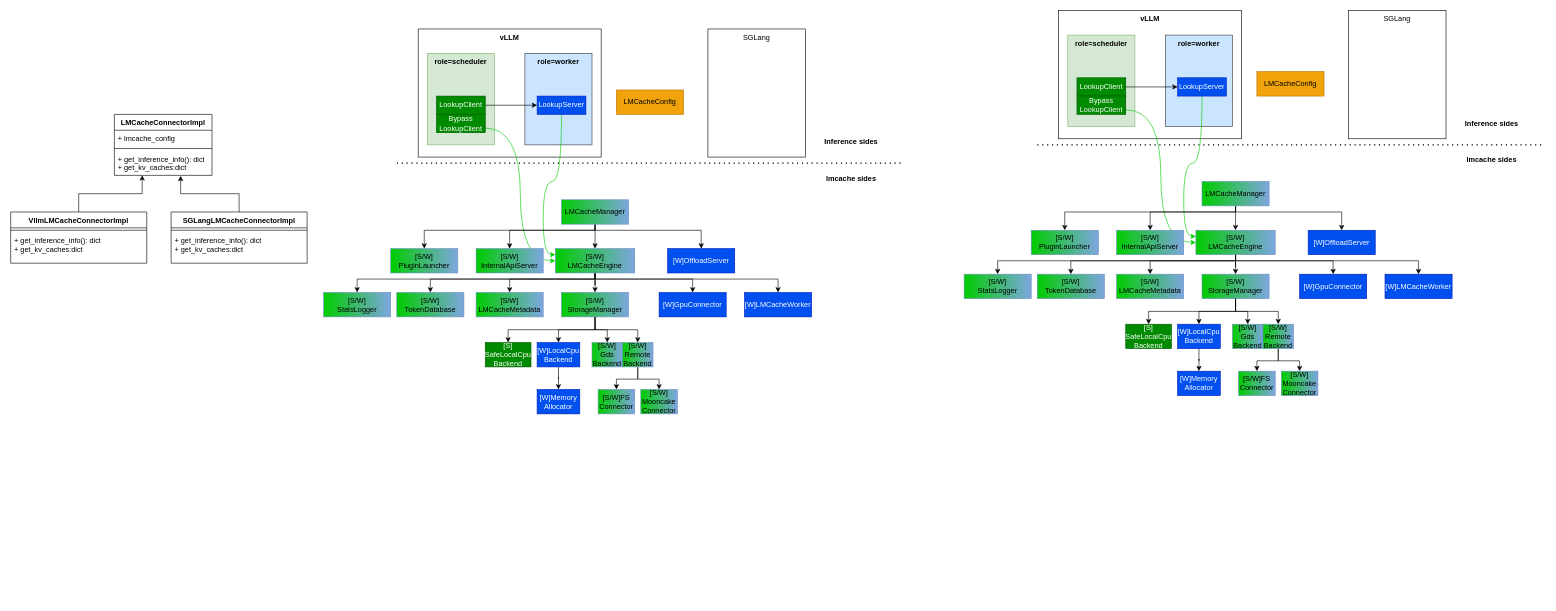
This is lmcache.drawio from maobaolong/draw, a draw.io file, before an edit. Source tidied: cells renumbered, new cells numbered last; positions are measured from the earlier drawing's top-left corner, leaving out a move shared by most shapes. Both pictures are drawn from the tidied source at 61%, with x=0, y=0 at pixel (10, 10).
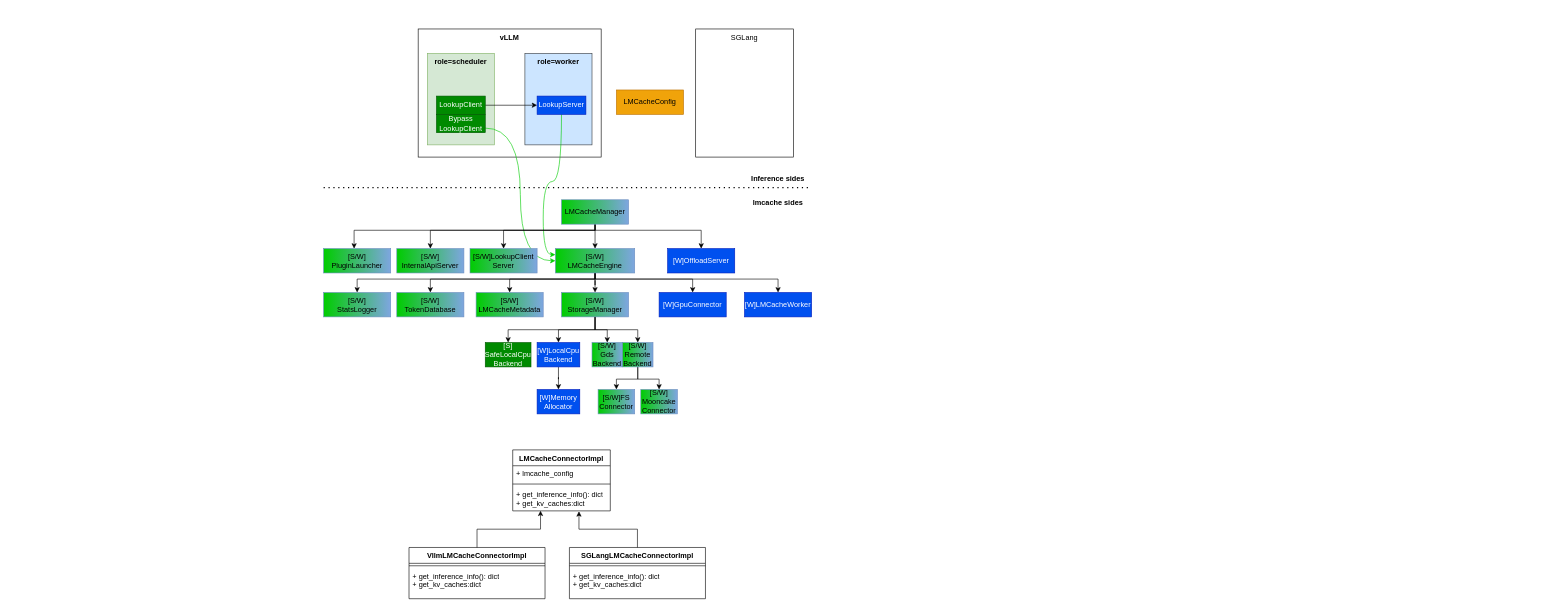
After the change.

Unchanged cells that the change refers to:
```xml
<mxCell id="18" value="LMCacheManager" style="rounded=0;whiteSpace=wrap;html=1;fillColor=#00CC00;gradientColor=#7EA6E0;strokeColor=#6c8ebf;gradientDirection=east;" parent="1" vertex="1">
  <mxGeometry x="903" y="310" width="110" height="40" as="geometry" />
</mxCell>
```

What changed in the source:
```diff
@@
     <mxCell id="5" value="SGLang" style="rounded=0;whiteSpace=wrap;html=1;verticalAlign=top;" parent="1" vertex="1">
-      <mxGeometry x="1143" y="30" width="160" height="210" as="geometry" />
+      <mxGeometry x="1123" y="30" width="160" height="210" as="geometry" />
     </mxCell>
     <mxCell id="6" style="endArrow=none;dashed=1;html=1;dashPattern=1 3;strokeWidth=2;rounded=0;" parent="1" edge="1">
       <mxGeometry relative="1" as="geometry">
-        <mxPoint x="633" y="250" as="sourcePoint" />
-        <mxPoint x="1463" y="250" as="targetPoint" />
+        <mxPoint x="513" y="290" as="sourcePoint" />
+        <mxPoint x="1313" y="290" as="targetPoint" />
       </mxGeometry>
     </mxCell>
     <mxCell id="7" value="Inference sides" style="text;html=1;whiteSpace=wrap;strokeColor=none;fillColor=none;align=center;verticalAlign=middle;rounded=0;fontStyle=1;" parent="1" vertex="1">
-      <mxGeometry x="1333" y="200" width="90" height="30" as="geometry" />
+      <mxGeometry x="1213" y="260" width="90" height="30" as="geometry" />
     </mxCell>
     <mxCell id="8" value="lmcache sides" style="text;html=1;whiteSpace=wrap;strokeColor=none;fillColor=none;align=center;verticalAlign=middle;rounded=0;fontStyle=1;" parent="1" vertex="1">
-      <mxGeometry x="1333" y="260" width="90" height="30" as="geometry" />
+      <mxGeometry x="1213" y="300" width="90" height="30" as="geometry" />
     </mxCell>
@@
     <mxCell id="15" style="edgeStyle=orthogonalEdgeStyle;rounded=0;jettySize=auto;html=1;entryX=0.5;entryY=0;entryDx=0;entryDy=0;" parent="1" edge="1" source="18" target="39">
       <mxGeometry relative="1" as="geometry">
         <Array as="points">
           <mxPoint x="958" y="360" />
-          <mxPoint x="818" y="360" />
+          <mxPoint x="688" y="360" />
         </Array>
       </mxGeometry>
     </mxCell>
     <mxCell id="16" style="edgeStyle=orthogonalEdgeStyle;rounded=0;jettySize=auto;html=1;" parent="1" edge="1" source="18" target="40">
       <mxGeometry relative="1" as="geometry">
         <Array as="points">
           <mxPoint x="958" y="360" />
-          <mxPoint x="678" y="360" />
+          <mxPoint x="563" y="360" />
         </Array>
       </mxGeometry>
     </mxCell>
@@
+    <mxCell id="112" style="edgeStyle=orthogonalEdgeStyle;rounded=0;jettySize=auto;html=1;entryX=0.5;entryY=0;entryDx=0;entryDy=0;" parent="1" edge="1" source="18" target="113">
+      <mxGeometry relative="1" as="geometry">
+        <Array as="points">
+          <mxPoint x="958" y="360" />
+          <mxPoint x="808" y="360" />
+        </Array>
+      </mxGeometry>
+    </mxCell>
@@
     <mxCell id="39" value="&lt;div&gt;[S/W]&lt;/div&gt;InternalApiServer" style="rounded=0;whiteSpace=wrap;html=1;fillColor=#00CC00;gradientColor=#7EA6E0;strokeColor=#6c8ebf;gradientDirection=east;" parent="1" vertex="1">
-      <mxGeometry x="763" y="390" width="110" height="40" as="geometry" />
+      <mxGeometry x="633" y="390" width="110" height="40" as="geometry" />
     </mxCell>
     <mxCell id="40" value="&lt;div&gt;[S/W]&lt;/div&gt;PluginLauncher" style="rounded=0;whiteSpace=wrap;html=1;fillColor=#00CC00;gradientColor=#7EA6E0;strokeColor=#6c8ebf;gradientDirection=east;" parent="1" vertex="1">
-      <mxGeometry x="623" y="390" width="110" height="40" as="geometry" />
+      <mxGeometry x="513" y="390" width="110" height="40" as="geometry" />
     </mxCell>
@@
     <mxCell id="51" value="VllmLMCacheConnectorImpl" style="swimlane;fontStyle=1;align=center;verticalAlign=top;horizontal=1;startSize=26;whiteSpace=wrap;html=1;" parent="1" vertex="1">
-      <mxGeometry y="330" width="223" height="84" as="geometry" />
+      <mxGeometry x="653" y="880" width="223" height="84" as="geometry" />
     </mxCell>
@@
     <mxCell id="54" value="SGLangLMCacheConnectorImpl" style="swimlane;fontStyle=1;align=center;verticalAlign=top;horizontal=1;startSize=26;whiteSpace=wrap;html=1;" parent="1" vertex="1">
-      <mxGeometry x="263" y="330" width="223" height="84" as="geometry" />
+      <mxGeometry x="916" y="880" width="223" height="84" as="geometry" />
     </mxCell>
@@
     <mxCell id="57" value="LMCacheConnectorImpl" style="swimlane;fontStyle=1;align=center;verticalAlign=top;horizontal=1;startSize=26;whiteSpace=wrap;html=1;" parent="1" vertex="1">
-      <mxGeometry x="170" y="170" width="160" height="100" as="geometry" />
+      <mxGeometry x="823" y="720" width="160" height="100" as="geometry" />
     </mxCell>
@@
-    <mxCell id="63" value="vLLM" style="rounded=0;whiteSpace=wrap;html=1;verticalAlign=top;fontStyle=1;" parent="1" vertex="1">
-      <mxGeometry x="1718" width="300" height="210" as="geometry" />
-    </mxCell>
-    <mxCell id="64" value="role=worker" style="rounded=0;whiteSpace=wrap;html=1;verticalAlign=top;fontStyle=1;fillColor=#cce5ff;strokeColor=#36393d;" parent="1" vertex="1">
-      <mxGeometry x="1893" y="40" width="110" height="150" as="geometry" />
-    </mxCell>
-    <mxCell id="65" value="role=scheduler" style="rounded=0;whiteSpace=wrap;html=1;verticalAlign=top;fontStyle=1;fillColor=#d5e8d4;strokeColor=#82b366;" parent="1" vertex="1">
-      <mxGeometry x="1733" y="40" width="110" height="150" as="geometry" />
-    </mxCell>
-    <mxCell id="66" value="SGLang" style="rounded=0;whiteSpace=wrap;html=1;verticalAlign=top;" parent="1" vertex="1">
-      <mxGeometry x="2193" width="160" height="210" as="geometry" />
-    </mxCell>
-    <mxCell id="67" style="endArrow=none;dashed=1;html=1;dashPattern=1 3;strokeWidth=2;rounded=0;" parent="1" edge="1">
-      <mxGeometry relative="1" as="geometry">
-        <mxPoint x="1683" y="220" as="sourcePoint" />
-        <mxPoint x="2513" y="220" as="targetPoint" />
-      </mxGeometry>
-    </mxCell>
-    <mxCell id="68" value="Inference sides" style="text;html=1;whiteSpace=wrap;strokeColor=none;fillColor=none;align=center;verticalAlign=middle;rounded=0;fontStyle=1;" parent="1" vertex="1">
-      <mxGeometry x="2383" y="170" width="90" height="30" as="geometry" />
-    </mxCell>
-    <mxCell id="69" value="lmcache sides" style="text;html=1;whiteSpace=wrap;strokeColor=none;fillColor=none;align=center;verticalAlign=middle;rounded=0;fontStyle=1;" parent="1" vertex="1">
-      <mxGeometry x="2383" y="230" width="90" height="30" as="geometry" />
-    </mxCell>
-    <mxCell id="70" style="edgeStyle=orthogonalEdgeStyle;rounded=0;jettySize=auto;html=1;entryX=0;entryY=0.5;entryDx=0;entryDy=0;" parent="1" edge="1" source="72" target="74">
-      <mxGeometry relative="1" as="geometry" />
-    </mxCell>
-    <mxCell id="71" style="edgeStyle=orthogonalEdgeStyle;rounded=0;jettySize=auto;html=1;entryX=0;entryY=0.5;entryDx=0;entryDy=0;curved=1;exitX=1;exitY=0.75;exitDx=0;exitDy=0;strokeColor=#00CC00;" parent="1" edge="1" source="104" target="86">
-      <mxGeometry relative="1" as="geometry" />
-    </mxCell>
-    <mxCell id="72" value="LookupClient" style="rounded=0;whiteSpace=wrap;html=1;fillColor=#008a00;fontColor=#ffffff;strokeColor=#005700;" parent="1" vertex="1">
-      <mxGeometry x="1748" y="110" width="80" height="30" as="geometry" />
-    </mxCell>
-    <mxCell id="73" style="edgeStyle=orthogonalEdgeStyle;rounded=0;jettySize=auto;html=1;entryX=0;entryY=0.25;entryDx=0;entryDy=0;curved=1;strokeColor=#00CC00;" parent="1" edge="1" source="74" target="86">
-      <mxGeometry relative="1" as="geometry" />
-    </mxCell>
-    <mxCell id="74" value="LookupServer" style="rounded=0;whiteSpace=wrap;html=1;fillColor=#0050ef;fontColor=#ffffff;strokeColor=#001DBC;" parent="1" vertex="1">
-      <mxGeometry x="1913" y="110" width="80" height="30" as="geometry" />
-    </mxCell>
-    <mxCell id="75" style="edgeStyle=orthogonalEdgeStyle;rounded=0;jettySize=auto;html=1;entryX=0.5;entryY=0;entryDx=0;entryDy=0;" parent="1" edge="1" source="79" target="86">
-      <mxGeometry relative="1" as="geometry" />
-    </mxCell>
-    <mxCell id="76" style="edgeStyle=orthogonalEdgeStyle;rounded=0;jettySize=auto;html=1;entryX=0.5;entryY=0;entryDx=0;entryDy=0;" parent="1" edge="1" source="79" target="100">
-      <mxGeometry relative="1" as="geometry">
-        <Array as="points">
-          <mxPoint x="2008" y="330" />
-          <mxPoint x="1868" y="330" />
-        </Array>
-      </mxGeometry>
-    </mxCell>
-    <mxCell id="77" style="edgeStyle=orthogonalEdgeStyle;rounded=0;jettySize=auto;html=1;" parent="1" edge="1" source="79" target="101">
-      <mxGeometry relative="1" as="geometry">
-        <Array as="points">
-          <mxPoint x="2008" y="330" />
-          <mxPoint x="1728" y="330" />
-        </Array>
-      </mxGeometry>
-    </mxCell>
-    <mxCell id="78" style="edgeStyle=orthogonalEdgeStyle;rounded=0;jettySize=auto;html=1;entryX=0.5;entryY=0;entryDx=0;entryDy=0;" parent="1" edge="1" source="79" target="105">
-      <mxGeometry relative="1" as="geometry">
-        <Array as="points">
-          <mxPoint x="2008" y="330" />
-          <mxPoint x="2182" y="330" />
-        </Array>
-      </mxGeometry>
-    </mxCell>
-    <mxCell id="79" value="LMCacheManager" style="rounded=0;whiteSpace=wrap;html=1;fillColor=#00CC00;gradientColor=#7EA6E0;strokeColor=#6c8ebf;gradientDirection=east;" parent="1" vertex="1">
-      <mxGeometry x="1953" y="280" width="110" height="40" as="geometry" />
-    </mxCell>
-    <mxCell id="80" style="edgeStyle=orthogonalEdgeStyle;rounded=0;jettySize=auto;html=1;entryX=0.5;entryY=0;entryDx=0;entryDy=0;" parent="1" edge="1" source="86" target="91">
-      <mxGeometry relative="1" as="geometry" />
-    </mxCell>
-    <mxCell id="81" style="edgeStyle=orthogonalEdgeStyle;rounded=0;jettySize=auto;html=1;entryX=0.5;entryY=0;entryDx=0;entryDy=0;" parent="1" edge="1" source="86" target="87">
-      <mxGeometry relative="1" as="geometry">
-        <Array as="points">
-          <mxPoint x="2008" y="410" />
-          <mxPoint x="2168" y="410" />
-        </Array>
-      </mxGeometry>
-    </mxCell>
-    <mxCell id="82" style="edgeStyle=orthogonalEdgeStyle;rounded=0;jettySize=auto;html=1;entryX=0.5;entryY=0;entryDx=0;entryDy=0;" parent="1" edge="1" source="86" target="102">
-      <mxGeometry relative="1" as="geometry">
-        <Array as="points">
-          <mxPoint x="2008" y="410" />
-          <mxPoint x="1868" y="410" />
-        </Array>
-      </mxGeometry>
-    </mxCell>
-    <mxCell id="83" style="edgeStyle=orthogonalEdgeStyle;rounded=0;jettySize=auto;html=1;entryX=0.5;entryY=0;entryDx=0;entryDy=0;" parent="1" edge="1" source="86" target="106">
-      <mxGeometry relative="1" as="geometry">
-        <Array as="points">
-          <mxPoint x="2008" y="410" />
-          <mxPoint x="2308" y="410" />
-        </Array>
-      </mxGeometry>
-    </mxCell>
-    <mxCell id="84" style="edgeStyle=orthogonalEdgeStyle;rounded=0;jettySize=auto;html=1;entryX=0.5;entryY=0;entryDx=0;entryDy=0;" parent="1" edge="1" source="86" target="109">
-      <mxGeometry relative="1" as="geometry">
-        <Array as="points">
-          <mxPoint x="2008" y="410" />
-          <mxPoint x="1738" y="410" />
-        </Array>
-      </mxGeometry>
-    </mxCell>
-    <mxCell id="85" style="edgeStyle=orthogonalEdgeStyle;rounded=0;jettySize=auto;html=1;entryX=0.5;entryY=0;entryDx=0;entryDy=0;" parent="1" edge="1" source="86" target="110">
-      <mxGeometry relative="1" as="geometry">
-        <Array as="points">
-          <mxPoint x="2008" y="410" />
-          <mxPoint x="1618" y="410" />
-        </Array>
-      </mxGeometry>
-    </mxCell>
-    <mxCell id="86" value="[S/W]&lt;div&gt;LMCacheEngine&lt;/div&gt;" style="rounded=0;whiteSpace=wrap;html=1;fillColor=#00CC00;gradientColor=#7EA6E0;strokeColor=#6c8ebf;gradientDirection=east;" parent="1" vertex="1">
-      <mxGeometry x="1943" y="360" width="130" height="40" as="geometry" />
-    </mxCell>
-    <mxCell id="87" value="[W]GpuConnector" style="rounded=0;whiteSpace=wrap;html=1;fillColor=#0050ef;fontColor=#ffffff;strokeColor=#001DBC;" parent="1" vertex="1">
-      <mxGeometry x="2113" y="432" width="110" height="40" as="geometry" />
-    </mxCell>
-    <mxCell id="88" style="edgeStyle=orthogonalEdgeStyle;rounded=0;jettySize=auto;html=1;entryX=0.5;entryY=0;entryDx=0;entryDy=0;" parent="1" edge="1" source="91" target="93">
-      <mxGeometry relative="1" as="geometry" />
-    </mxCell>
-    <mxCell id="89" style="edgeStyle=orthogonalEdgeStyle;rounded=0;jettySize=auto;html=1;" parent="1" edge="1" source="91" target="94">
-      <mxGeometry relative="1" as="geometry" />
-    </mxCell>
-    <mxCell id="90" style="edgeStyle=orthogonalEdgeStyle;rounded=0;jettySize=auto;html=1;entryX=0.5;entryY=0;entryDx=0;entryDy=0;" parent="1" edge="1" source="91" target="97">
-      <mxGeometry relative="1" as="geometry" />
-    </mxCell>
-    <mxCell id="91" value="&lt;div&gt;[S/W]&lt;/div&gt;StorageManager" style="rounded=0;whiteSpace=wrap;html=1;fillColor=#00CC00;gradientColor=#7EA6E0;strokeColor=#6c8ebf;gradientDirection=east;" parent="1" vertex="1">
-      <mxGeometry x="1953" y="432" width="110" height="40" as="geometry" />
-    </mxCell>
-    <mxCell id="92" style="edgeStyle=orthogonalEdgeStyle;rounded=0;jettySize=auto;html=1;entryX=0.5;entryY=0;entryDx=0;entryDy=0;" parent="1" edge="1" source="93" target="111">
-      <mxGeometry relative="1" as="geometry" />
-    </mxCell>
-    <mxCell id="93" value="[W]LocalCpu&lt;div&gt;Backend&lt;/div&gt;" style="rounded=0;whiteSpace=wrap;html=1;fillColor=#0050ef;fontColor=#ffffff;strokeColor=#001DBC;" parent="1" vertex="1">
-      <mxGeometry x="1913" y="514" width="70" height="40" as="geometry" />
-    </mxCell>
-    <mxCell id="94" value="&lt;div&gt;[S/W]&lt;/div&gt;Gds&lt;div&gt;Backend&lt;/div&gt;" style="rounded=0;whiteSpace=wrap;html=1;fillColor=#00CC00;gradientColor=#7EA6E0;strokeColor=#6c8ebf;gradientDirection=east;" parent="1" vertex="1">
-      <mxGeometry x="2003" y="514" width="50" height="40" as="geometry" />
-    </mxCell>
-    <mxCell id="95" style="edgeStyle=orthogonalEdgeStyle;rounded=0;jettySize=auto;html=1;entryX=0.5;entryY=0;entryDx=0;entryDy=0;" parent="1" edge="1" source="97" target="98">
-      <mxGeometry relative="1" as="geometry" />
-    </mxCell>
-    <mxCell id="96" style="edgeStyle=orthogonalEdgeStyle;rounded=0;jettySize=auto;html=1;entryX=0.5;entryY=0;entryDx=0;entryDy=0;" parent="1" edge="1" source="97" target="99">
-      <mxGeometry relative="1" as="geometry" />
-    </mxCell>
-    <mxCell id="97" value="&lt;div&gt;[S/W]&lt;/div&gt;Remote&lt;br&gt;&lt;div&gt;Backend&lt;/div&gt;" style="rounded=0;whiteSpace=wrap;html=1;fillColor=#00CC00;strokeColor=#6c8ebf;gradientColor=#7EA6E0;gradientDirection=east;" parent="1" vertex="1">
-      <mxGeometry x="2053" y="514" width="50" height="40" as="geometry" />
-    </mxCell>
-    <mxCell id="98" value="[S/W]FS&lt;div&gt;Connector&lt;/div&gt;" style="rounded=0;whiteSpace=wrap;html=1;fillColor=#00CC00;strokeColor=#6c8ebf;gradientColor=#7EA6E0;gradientDirection=east;" parent="1" vertex="1">
-      <mxGeometry x="2013" y="591" width="60" height="40" as="geometry" />
-    </mxCell>
-    <mxCell id="99" value="&lt;div&gt;[S/W]&lt;/div&gt;Mooncake&lt;div&gt;Connector&lt;/div&gt;" style="rounded=0;whiteSpace=wrap;html=1;fillColor=#00CC00;strokeColor=#6c8ebf;gradientColor=#7EA6E0;gradientDirection=east;" parent="1" vertex="1">
-      <mxGeometry x="2083" y="591" width="60" height="40" as="geometry" />
-    </mxCell>
-    <mxCell id="100" value="&lt;div&gt;[S/W]&lt;/div&gt;InternalApiServer" style="rounded=0;whiteSpace=wrap;html=1;fillColor=#00CC00;gradientColor=#7EA6E0;strokeColor=#6c8ebf;gradientDirection=east;" parent="1" vertex="1">
-      <mxGeometry x="1813" y="360" width="110" height="40" as="geometry" />
-    </mxCell>
-    <mxCell id="101" value="&lt;div&gt;[S/W]&lt;/div&gt;PluginLauncher" style="rounded=0;whiteSpace=wrap;html=1;fillColor=#00CC00;gradientColor=#7EA6E0;strokeColor=#6c8ebf;gradientDirection=east;" parent="1" vertex="1">
-      <mxGeometry x="1673" y="360" width="110" height="40" as="geometry" />
-    </mxCell>
-    <mxCell id="102" value="&lt;div&gt;[S/W]&lt;/div&gt;LMCacheMetadata" style="rounded=0;whiteSpace=wrap;html=1;fillColor=#00CC00;gradientColor=#7EA6E0;strokeColor=#6c8ebf;gradientDirection=east;" parent="1" vertex="1">
-      <mxGeometry x="1813" y="432" width="110" height="40" as="geometry" />
-    </mxCell>
-    <mxCell id="103" value="LMCacheConfig" style="rounded=0;whiteSpace=wrap;html=1;fillColor=#f0a30a;fontColor=#000000;strokeColor=#BD7000;" parent="1" vertex="1">
-      <mxGeometry x="2043" y="100" width="110" height="40" as="geometry" />
-    </mxCell>
-    <mxCell id="104" value="Bypass&lt;div&gt;LookupClient&lt;/div&gt;" style="rounded=0;whiteSpace=wrap;html=1;fillColor=#008a00;fontColor=#ffffff;strokeColor=#005700;" parent="1" vertex="1">
-      <mxGeometry x="1748" y="140" width="80" height="30" as="geometry" />
-    </mxCell>
-    <mxCell id="105" value="[W]OffloadServer" style="rounded=0;whiteSpace=wrap;html=1;fillColor=#0050ef;fontColor=#ffffff;strokeColor=#001DBC;" parent="1" vertex="1">
-      <mxGeometry x="2127" y="360" width="110" height="40" as="geometry" />
-    </mxCell>
-    <mxCell id="106" value="[W]LMCacheWorker" style="rounded=0;whiteSpace=wrap;html=1;fillColor=#0050ef;fontColor=#ffffff;strokeColor=#001DBC;" parent="1" vertex="1">
-      <mxGeometry x="2253" y="432" width="110" height="40" as="geometry" />
-    </mxCell>
-    <mxCell id="107" style="edgeStyle=orthogonalEdgeStyle;rounded=0;jettySize=auto;html=1;entryX=0.5;entryY=0;entryDx=0;entryDy=0;exitX=0.5;exitY=1;exitDx=0;exitDy=0;" parent="1" edge="1" source="91" target="108">
-      <mxGeometry relative="1" as="geometry" />
-    </mxCell>
-    <mxCell id="108" value="[S]&lt;div&gt;SafeLocalCpu&lt;div&gt;Backend&lt;/div&gt;&lt;/div&gt;" style="rounded=0;whiteSpace=wrap;html=1;fillColor=#008a00;strokeColor=#005700;fontColor=#ffffff;" parent="1" vertex="1">
-      <mxGeometry x="1828" y="514" width="75" height="40" as="geometry" />
-    </mxCell>
-    <mxCell id="109" value="&lt;div&gt;[S/W]&lt;/div&gt;TokenDatabase" style="rounded=0;whiteSpace=wrap;html=1;fillColor=#00CC00;gradientColor=#7EA6E0;strokeColor=#6c8ebf;gradientDirection=east;" parent="1" vertex="1">
-      <mxGeometry x="1683" y="432" width="110" height="40" as="geometry" />
-    </mxCell>
-    <mxCell id="110" value="&lt;div&gt;[S/W]&lt;/div&gt;StatsLogger" style="rounded=0;whiteSpace=wrap;html=1;fillColor=#00CC00;gradientColor=#7EA6E0;strokeColor=#6c8ebf;gradientDirection=east;" parent="1" vertex="1">
-      <mxGeometry x="1563" y="432" width="110" height="40" as="geometry" />
-    </mxCell>
-    <mxCell id="111" value="[W]Memory&lt;div&gt;Allocator&lt;/div&gt;" style="rounded=0;whiteSpace=wrap;html=1;fillColor=#0050ef;fontColor=#ffffff;strokeColor=#001DBC;" parent="1" vertex="1">
-      <mxGeometry x="1913" y="591" width="70" height="40" as="geometry" />
-    </mxCell>
+    <mxCell id="113" value="[S/W]&lt;span style=&quot;&quot;&gt;LookupClient&lt;/span&gt;&lt;div&gt;&lt;span style=&quot;&quot;&gt;Server&lt;/span&gt;&lt;/div&gt;" style="rounded=0;whiteSpace=wrap;html=1;fillColor=#00CC00;gradientColor=#7EA6E0;strokeColor=#6c8ebf;gradientDirection=east;fontColor=default;" parent="1" vertex="1">
+      <mxGeometry x="753" y="390" width="110" height="40" as="geometry" />
+    </mxCell>
```
